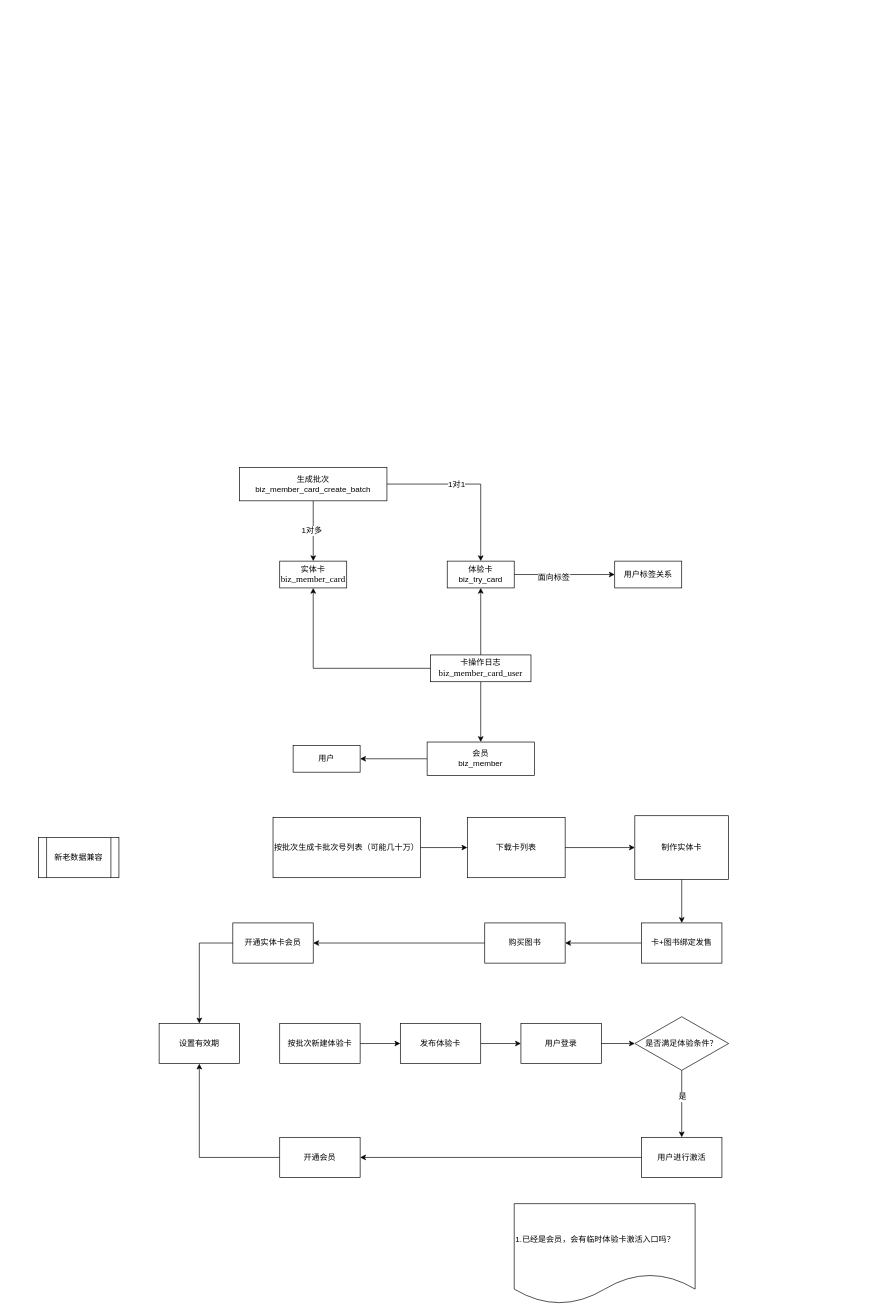
Before: 会员系统.drawio in hellojd2018/ms_document, a draw.io diagram. Source tidied: cells renumbered, new cells numbered last; positions are measured from the earlier drawing's top-left corner, leaving out a move shared by most shapes. Both pictures are drawn from the tidied source at 67%, with x=0, y=0 at pixel (38, 467).
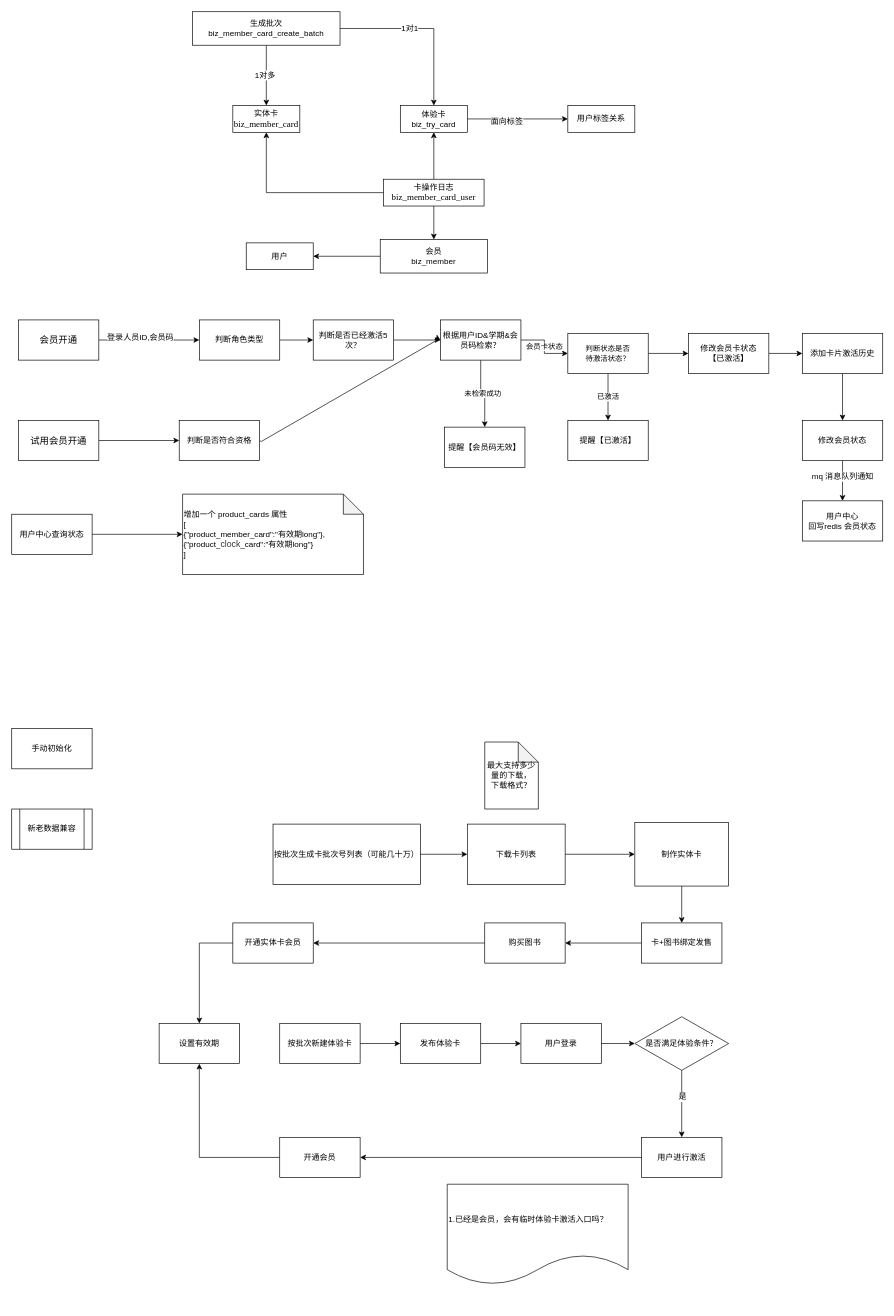
Above is the later version.

Change to the diagram source:
```diff
@@
     <mxCell id="3" value="会员&lt;br&gt;biz_member" style="whiteSpace=wrap;html=1;align=center;" parent="1" vertex="1">
-      <mxGeometry x="580" y="410" width="160" height="50" as="geometry" />
+      <mxGeometry x="510" y="-340" width="160" height="50" as="geometry" />
     </mxCell>
     <mxCell id="4" value="实体卡&lt;br&gt;&lt;span style=&quot;font-family: &amp;#34;times new romain&amp;#34; , &amp;#34;times&amp;#34; , &amp;#34;geneva&amp;#34; ; font-size: 13.3333px ; text-align: -webkit-left ; background-color: rgb(255 , 255 , 255)&quot;&gt;biz_member_card&lt;/span&gt;" style="whiteSpace=wrap;html=1;align=center;" parent="1" vertex="1">
-      <mxGeometry x="360" y="140" width="100" height="40" as="geometry" />
+      <mxGeometry x="290" y="-540" width="100" height="40" as="geometry" />
     </mxCell>
@@
     <mxCell id="7" value="体验卡&lt;br&gt;biz_try_card" style="whiteSpace=wrap;html=1;align=center;" parent="1" vertex="1">
-      <mxGeometry x="610" y="140" width="100" height="40" as="geometry" />
+      <mxGeometry x="540" y="-540" width="100" height="40" as="geometry" />
     </mxCell>
@@
     <mxCell id="11" value="卡操作日志&lt;br&gt;&lt;span style=&quot;font-family: &amp;#34;times new romain&amp;#34; , &amp;#34;times&amp;#34; , &amp;#34;geneva&amp;#34; ; font-size: 13.3333px ; text-align: -webkit-left ; background-color: rgb(255 , 255 , 255)&quot;&gt;biz_member_card_user&lt;/span&gt;" style="whiteSpace=wrap;html=1;align=center;" parent="1" vertex="1">
-      <mxGeometry x="585" y="280" width="150" height="40" as="geometry" />
+      <mxGeometry x="515" y="-430" width="150" height="40" as="geometry" />
     </mxCell>
     <mxCell id="12" value="用户" style="whiteSpace=wrap;html=1;align=center;" parent="1" vertex="1">
-      <mxGeometry x="380" y="415" width="100" height="40" as="geometry" />
+      <mxGeometry x="310" y="-335" width="100" height="40" as="geometry" />
     </mxCell>
@@
     <mxCell id="17" value="生成批次&lt;br&gt;biz_member_card_create_batch" style="whiteSpace=wrap;html=1;align=center;" parent="1" vertex="1">
-      <mxGeometry x="300" width="220" height="50" as="geometry" />
+      <mxGeometry x="230" y="-680" width="220" height="50" as="geometry" />
     </mxCell>
     <mxCell id="18" value="用户标签关系" style="whiteSpace=wrap;html=1;align=center;" parent="1" vertex="1">
-      <mxGeometry x="860" y="140" width="100" height="40" as="geometry" />
+      <mxGeometry x="790" y="-540" width="100" height="40" as="geometry" />
     </mxCell>
@@
     <mxCell id="20" value="按批次生成卡批次号列表（可能几十万）" style="rounded=0;whiteSpace=wrap;html=1;fillColor=none;" parent="1" vertex="1">
-      <mxGeometry x="350" y="522.5" width="220" height="90" as="geometry" />
+      <mxGeometry x="350" y="532.5" width="220" height="90" as="geometry" />
     </mxCell>
@@
     <mxCell id="22" value="下载卡列表" style="rounded=0;whiteSpace=wrap;html=1;fillColor=none;" parent="1" vertex="1">
-      <mxGeometry x="640" y="522.5" width="146" height="90" as="geometry" />
+      <mxGeometry x="640" y="532.5" width="146" height="90" as="geometry" />
     </mxCell>
@@
     <mxCell id="24" value="制作实体卡" style="rounded=0;whiteSpace=wrap;html=1;" parent="1" vertex="1">
-      <mxGeometry x="890" y="520" width="140" height="95" as="geometry" />
+      <mxGeometry x="890" y="530" width="140" height="95" as="geometry" />
     </mxCell>
@@
     <mxCell id="44" value="1.已经是会员，会有临时体验卡激活入口吗？" style="shape=document;whiteSpace=wrap;html=1;boundedLbl=1;fillColor=none;align=left;" parent="1" vertex="1">
-      <mxGeometry x="710" y="1099" width="270" height="150" as="geometry" />
+      <mxGeometry x="610" y="1070" width="270" height="150" as="geometry" />
     </mxCell>
@@
     <mxCell id="46" value="&lt;span style=&quot;white-space: normal&quot;&gt;新老数据兼容&lt;/span&gt;" style="shape=process;whiteSpace=wrap;html=1;backgroundOutline=1;fillColor=none;" parent="1" vertex="1">
-      <mxGeometry y="552.5" width="120" height="60" as="geometry" />
+      <mxGeometry x="-40" y="510" width="120" height="60" as="geometry" />
     </mxCell>
+    <mxCell id="47" value="手动初始化" style="rounded=0;whiteSpace=wrap;html=1;" parent="1" vertex="1">
+      <mxGeometry x="-40" y="390" width="120" height="60" as="geometry" />
+    </mxCell>
+    <mxCell id="48" value="最大支持多少量的下载，&lt;br&gt;下载格式？" style="shape=note;whiteSpace=wrap;html=1;backgroundOutline=1;darkOpacity=0.05;" parent="1" vertex="1">
+      <mxGeometry x="666" y="410" width="80" height="100" as="geometry" />
+    </mxCell>
+    <mxCell id="49" style="edgeStyle=orthogonalEdgeStyle;rounded=0;jettySize=auto;html=1;exitX=1;exitY=0.5;exitDx=0;exitDy=0;entryX=0;entryY=0.5;entryDx=0;entryDy=0;" parent="1" edge="1" source="51" target="53">
+      <mxGeometry relative="1" as="geometry" />
+    </mxCell>
+    <mxCell id="50" value="登录人员ID,会员码" style="text;html=1;align=center;verticalAlign=middle;labelBackgroundColor=#ffffff;" parent="49" vertex="1">
+      <mxGeometry x="0.27" y="4" relative="1" as="geometry">
+        <mxPoint x="-34" as="offset" />
+      </mxGeometry>
+    </mxCell>
+    <mxCell id="51" value="&lt;span style=&quot;font-family: &amp;#34;arial&amp;#34; , sans-serif ; font-size: 14px ; text-align: left ; white-space: pre-wrap ; background-color: rgb(255 , 255 , 255)&quot;&gt;会员开通&lt;/span&gt;" style="rounded=0;whiteSpace=wrap;html=1;" parent="1" vertex="1">
+      <mxGeometry x="-30" y="-220" width="120" height="60" as="geometry" />
+    </mxCell>
+    <mxCell id="52" style="edgeStyle=orthogonalEdgeStyle;rounded=0;jettySize=auto;html=1;exitX=1;exitY=0.5;exitDx=0;exitDy=0;entryX=0;entryY=0.5;entryDx=0;entryDy=0;" parent="1" edge="1" source="53" target="57">
+      <mxGeometry relative="1" as="geometry" />
+    </mxCell>
+    <mxCell id="53" value="判断角色类型" style="rounded=0;whiteSpace=wrap;html=1;" parent="1" vertex="1">
+      <mxGeometry x="240" y="-220" width="120" height="60" as="geometry" />
+    </mxCell>
+    <mxCell id="54" style="edgeStyle=orthogonalEdgeStyle;rounded=0;jettySize=auto;html=1;entryX=0.5;entryY=0;entryDx=0;entryDy=0;" parent="1" edge="1" source="70" target="58">
+      <mxGeometry relative="1" as="geometry" />
+    </mxCell>
+    <mxCell id="55" value="mq 消息队列通知" style="text;html=1;align=center;verticalAlign=middle;labelBackgroundColor=#ffffff;" parent="54" vertex="1">
+      <mxGeometry x="-0.25" y="-1" relative="1" as="geometry" />
+    </mxCell>
+    <mxCell id="56" style="edgeStyle=orthogonalEdgeStyle;rounded=0;jettySize=auto;html=1;exitX=1;exitY=0.5;exitDx=0;exitDy=0;" parent="1" edge="1" source="57" target="61">
+      <mxGeometry relative="1" as="geometry" />
+    </mxCell>
+    <mxCell id="57" value="判断是否已经激活5次？" style="rounded=0;whiteSpace=wrap;html=1;" parent="1" vertex="1">
+      <mxGeometry x="410" y="-220" width="120" height="60" as="geometry" />
+    </mxCell>
+    <mxCell id="58" value="用户中心&lt;br&gt;回写redis 会员状态" style="rounded=0;whiteSpace=wrap;html=1;" parent="1" vertex="1">
+      <mxGeometry x="1140" y="50" width="120" height="60" as="geometry" />
+    </mxCell>
+    <mxCell id="59" value="未检索成功" style="edgeStyle=orthogonalEdgeStyle;rounded=0;jettySize=auto;html=1;exitX=0.5;exitY=1;exitDx=0;exitDy=0;" parent="1" edge="1" source="61" target="62">
+      <mxGeometry relative="1" as="geometry" />
+    </mxCell>
+    <mxCell id="60" value="会员卡状态" style="edgeStyle=orthogonalEdgeStyle;rounded=0;jettySize=auto;html=1;exitX=1;exitY=0.5;exitDx=0;exitDy=0;entryX=0;entryY=0.5;entryDx=0;entryDy=0;" parent="1" edge="1" source="61" target="65">
+      <mxGeometry relative="1" as="geometry" />
+    </mxCell>
+    <mxCell id="61" value="根据用户ID&amp;amp;学期&amp;amp;会员码检索？" style="rounded=0;whiteSpace=wrap;html=1;" parent="1" vertex="1">
+      <mxGeometry x="600" y="-220" width="120" height="60" as="geometry" />
+    </mxCell>
+    <mxCell id="62" value="提醒【会员码无效】" style="rounded=0;whiteSpace=wrap;html=1;" parent="1" vertex="1">
+      <mxGeometry x="606" y="-60" width="120" height="60" as="geometry" />
+    </mxCell>
+    <mxCell id="63" value="已激活" style="edgeStyle=orthogonalEdgeStyle;rounded=0;jettySize=auto;html=1;exitX=0.5;exitY=1;exitDx=0;exitDy=0;entryX=0.5;entryY=0;entryDx=0;entryDy=0;" parent="1" edge="1" source="65" target="66">
+      <mxGeometry relative="1" as="geometry" />
+    </mxCell>
+    <mxCell id="64" style="edgeStyle=orthogonalEdgeStyle;rounded=0;jettySize=auto;html=1;exitX=1;exitY=0.5;exitDx=0;exitDy=0;entryX=0;entryY=0.5;entryDx=0;entryDy=0;" parent="1" edge="1" source="65" target="69">
+      <mxGeometry relative="1" as="geometry" />
+    </mxCell>
+    <mxCell id="65" value="&lt;span style=&quot;font-size: 11px ; background-color: rgb(255 , 255 , 255)&quot;&gt;判断状态是否&lt;/span&gt;&lt;br style=&quot;font-size: 11px&quot;&gt;&lt;span style=&quot;font-size: 11px ; background-color: rgb(255 , 255 , 255)&quot;&gt;待激活状态？&lt;/span&gt;" style="rounded=0;whiteSpace=wrap;html=1;" parent="1" vertex="1">
+      <mxGeometry x="790" y="-200" width="120" height="60" as="geometry" />
+    </mxCell>
+    <mxCell id="66" value="提醒【已激活】" style="rounded=0;whiteSpace=wrap;html=1;" parent="1" vertex="1">
+      <mxGeometry x="790" y="-70" width="120" height="60" as="geometry" />
+    </mxCell>
+    <mxCell id="67" style="edgeStyle=orthogonalEdgeStyle;rounded=0;jettySize=auto;html=1;exitX=0.5;exitY=1;exitDx=0;exitDy=0;entryX=0.5;entryY=0;entryDx=0;entryDy=0;" parent="1" edge="1" source="78" target="70">
+      <mxGeometry relative="1" as="geometry" />
+    </mxCell>
+    <mxCell id="68" style="edgeStyle=none;rounded=0;jettySize=auto;html=1;exitX=1;exitY=0.5;exitDx=0;exitDy=0;entryX=0;entryY=0.5;entryDx=0;entryDy=0;" parent="1" edge="1" source="69" target="78">
+      <mxGeometry relative="1" as="geometry" />
+    </mxCell>
+    <mxCell id="69" value="修改会员卡状态&lt;br&gt;【已激活】" style="rounded=0;whiteSpace=wrap;html=1;" parent="1" vertex="1">
+      <mxGeometry x="970" y="-200" width="120" height="60" as="geometry" />
+    </mxCell>
+    <mxCell id="70" value="修改会员状态" style="rounded=0;whiteSpace=wrap;html=1;" parent="1" vertex="1">
+      <mxGeometry x="1140" y="-70" width="120" height="60" as="geometry" />
+    </mxCell>
+    <mxCell id="71" style="edgeStyle=orthogonalEdgeStyle;rounded=0;jettySize=auto;html=1;exitX=1;exitY=0.5;exitDx=0;exitDy=0;entryX=0;entryY=0.5;entryDx=0;entryDy=0;" parent="1" edge="1" source="72" target="74">
+      <mxGeometry relative="1" as="geometry" />
+    </mxCell>
+    <mxCell id="72" value="&lt;div style=&quot;text-align: left&quot;&gt;&lt;font face=&quot;arial, sans-serif&quot;&gt;&lt;span style=&quot;font-size: 14px ; white-space: pre-wrap ; background-color: rgb(255 , 255 , 255)&quot;&gt;试用会员开通&lt;/span&gt;&lt;/font&gt;&lt;/div&gt;" style="rounded=0;whiteSpace=wrap;html=1;" parent="1" vertex="1">
+      <mxGeometry x="-30" y="-70" width="120" height="60" as="geometry" />
+    </mxCell>
+    <mxCell id="73" style="edgeStyle=isometricEdgeStyle;rounded=0;jettySize=auto;html=1;exitX=1;exitY=0.5;exitDx=0;exitDy=0;entryX=0;entryY=0.5;entryDx=0;entryDy=0;elbow=vertical;" parent="1" edge="1" source="74" target="61">
+      <mxGeometry relative="1" as="geometry" />
+    </mxCell>
+    <mxCell id="74" value="判断是否符合资格" style="rounded=0;whiteSpace=wrap;html=1;" parent="1" vertex="1">
+      <mxGeometry x="210" y="-70" width="120" height="60" as="geometry" />
+    </mxCell>
+    <mxCell id="75" style="edgeStyle=none;rounded=0;jettySize=auto;html=1;exitX=1;exitY=0.5;exitDx=0;exitDy=0;entryX=0;entryY=0.5;entryDx=0;entryDy=0;entryPerimeter=0;" parent="1" edge="1" source="76" target="77">
+      <mxGeometry relative="1" as="geometry" />
+    </mxCell>
+    <mxCell id="76" value="用户中心查询状态" style="rounded=0;whiteSpace=wrap;html=1;" parent="1" vertex="1">
+      <mxGeometry x="-40" y="70" width="120" height="60" as="geometry" />
+    </mxCell>
+    <mxCell id="77" value="增加一个 product_cards 属性&lt;br&gt;[&lt;br&gt;{&quot;product_member_card&quot;:&quot;有效期long&quot;},&lt;br&gt;{&quot;product_&lt;span style=&quot;color: rgb(51 , 51 , 51) ; font-family: &amp;#34;arial&amp;#34; ; font-size: 13px ; background-color: rgb(255 , 255 , 255)&quot;&gt;clock&lt;/span&gt;_card&quot;:&quot;有效期long&quot;}&lt;br&gt;]" style="shape=note;whiteSpace=wrap;html=1;backgroundOutline=1;darkOpacity=0.05;align=left;" parent="1" vertex="1">
+      <mxGeometry x="215" y="40" width="270" height="120" as="geometry" />
+    </mxCell>
+    <mxCell id="78" value="添加卡片激活历史" style="rounded=0;whiteSpace=wrap;html=1;" parent="1" vertex="1">
+      <mxGeometry x="1140" y="-200" width="120" height="60" as="geometry" />
+    </mxCell>
```
